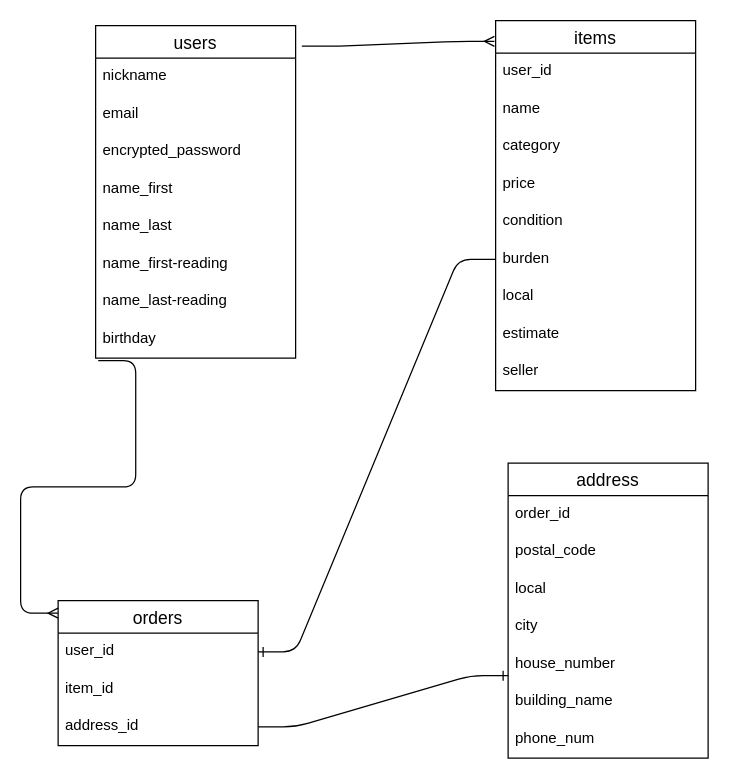
Above: readme.dio in befu12/furima-40409 (draw.io), before the change. Source tidied: cells renumbered, new cells numbered last; positions are measured from the earlier drawing's top-left corner, leaving out a move shared by most shapes. Both pictures are drawn from the tidied source at 125%, with x=0, y=0 at pixel (58, 20).
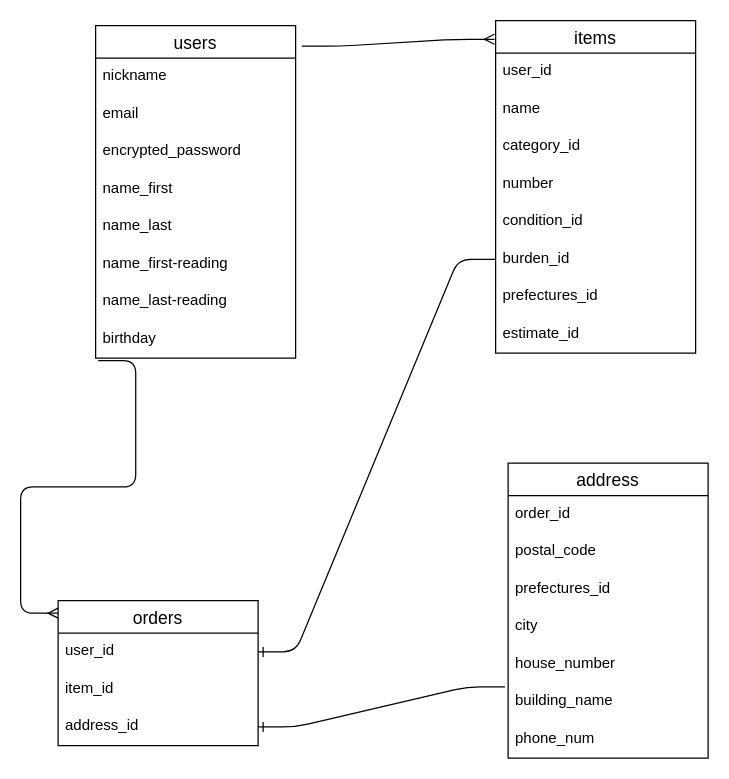
The same diagram, later.

Commit message (it also covers changes not shown here):
再度、アソシエーションやカラム名を修正

The change refers to these unchanged cells:
```xml
<mxCell id="24" value="address_id" style="text;strokeColor=none;fillColor=none;spacingLeft=4;spacingRight=4;overflow=hidden;points=[[0,0.5],[1,0.5]];portConstraint=eastwest;fontSize=12;verticalAlign=top;" parent="21" vertex="1">
  <mxGeometry y="86" width="160" height="30" as="geometry" />
</mxCell>
<mxCell id="25" value="address" style="swimlane;fontStyle=0;horizontal=1;startSize=26;align=center;fontSize=14;html=0;" parent="1" vertex="1">
  <mxGeometry x="360" y="354" width="160" height="236" as="geometry" />
</mxCell>
<mxCell id="31" value="building_name" style="text;strokeColor=none;fillColor=none;spacingLeft=4;spacingRight=4;overflow=hidden;points=[[0,0.5],[1,0.5]];portConstraint=eastwest;fontSize=12;html=0;" parent="25" vertex="1">
  <mxGeometry y="176" width="160" height="30" as="geometry" />
</mxCell>
```

Change to the diagram source:
```diff
@@
     <mxCell id="2" value="items" style="swimlane;fontStyle=0;horizontal=1;startSize=26;align=center;fontSize=14;" parent="1" vertex="1">
-      <mxGeometry x="350" width="160" height="296" as="geometry" />
+      <mxGeometry x="350" width="160" height="266" as="geometry" />
     </mxCell>
@@
-    <mxCell id="5" value="category" style="text;strokeColor=none;fillColor=none;spacingLeft=4;spacingRight=4;overflow=hidden;fontSize=12;" parent="2" vertex="1">
+    <mxCell id="5" value="category_id" style="text;strokeColor=none;fillColor=none;spacingLeft=4;spacingRight=4;overflow=hidden;fontSize=12;" parent="2" vertex="1">
       <mxGeometry y="86" width="160" height="30" as="geometry" />
     </mxCell>
-    <mxCell id="6" value="price" style="text;strokeColor=none;fillColor=none;spacingLeft=4;spacingRight=4;overflow=hidden;fontSize=12;html=0;" parent="2" vertex="1">
+    <mxCell id="6" value="number" style="text;strokeColor=none;fillColor=none;spacingLeft=4;spacingRight=4;overflow=hidden;fontSize=12;html=0;" parent="2" vertex="1">
       <mxGeometry y="116" width="160" height="30" as="geometry" />
     </mxCell>
-    <mxCell id="7" value="condition" style="text;strokeColor=none;fillColor=none;spacingLeft=4;spacingRight=4;overflow=hidden;fontSize=12;html=0;" parent="2" vertex="1">
+    <mxCell id="7" value="condition_id" style="text;strokeColor=none;fillColor=none;spacingLeft=4;spacingRight=4;overflow=hidden;fontSize=12;html=0;" parent="2" vertex="1">
       <mxGeometry y="146" width="160" height="30" as="geometry" />
     </mxCell>
-    <mxCell id="8" value="burden" style="text;strokeColor=none;fillColor=none;spacingLeft=4;spacingRight=4;overflow=hidden;points=[[0,0.5],[1,0.5]];portConstraint=eastwest;fontSize=12;html=0;" parent="2" vertex="1">
+    <mxCell id="8" value="burden_id" style="text;strokeColor=none;fillColor=none;spacingLeft=4;spacingRight=4;overflow=hidden;points=[[0,0.5],[1,0.5]];portConstraint=eastwest;fontSize=12;html=0;" parent="2" vertex="1">
       <mxGeometry y="176" width="160" height="30" as="geometry" />
     </mxCell>
-    <mxCell id="9" value="local" style="text;strokeColor=none;fillColor=none;spacingLeft=4;spacingRight=4;overflow=hidden;fontSize=12;html=0;" parent="2" vertex="1">
+    <mxCell id="9" value="prefectures_id" style="text;strokeColor=none;fillColor=none;spacingLeft=4;spacingRight=4;overflow=hidden;fontSize=12;html=0;" parent="2" vertex="1">
       <mxGeometry y="206" width="160" height="30" as="geometry" />
     </mxCell>
-    <mxCell id="10" value="estimate" style="text;strokeColor=none;fillColor=none;spacingLeft=4;spacingRight=4;overflow=hidden;fontSize=12;html=0;" parent="2" vertex="1">
+    <mxCell id="10" value="estimate_id" style="text;strokeColor=none;fillColor=none;spacingLeft=4;spacingRight=4;overflow=hidden;fontSize=12;html=0;" parent="2" vertex="1">
       <mxGeometry y="236" width="160" height="30" as="geometry" />
     </mxCell>
-    <mxCell id="11" value="seller" style="text;strokeColor=none;fillColor=none;spacingLeft=4;spacingRight=4;overflow=hidden;fontSize=12;html=0;" parent="2" vertex="1">
-      <mxGeometry y="266" width="160" height="30" as="geometry" />
-    </mxCell>
@@
-    <mxCell id="28" value="local" style="text;strokeColor=none;fillColor=none;spacingLeft=4;spacingRight=4;overflow=hidden;fontSize=12;html=0;" parent="25" vertex="1">
+    <mxCell id="28" value="prefectures_id" style="text;strokeColor=none;fillColor=none;spacingLeft=4;spacingRight=4;overflow=hidden;fontSize=12;html=0;" parent="25" vertex="1">
       <mxGeometry y="86" width="160" height="30" as="geometry" />
     </mxCell>
@@
-    <mxCell id="35" style="edgeStyle=entityRelationEdgeStyle;fontSize=12;html=1;endArrow=ERone;endFill=1;exitX=1;exitY=0.5;exitDx=0;exitDy=0;" parent="1" edge="1" source="24">
-      <mxGeometry relative="1" as="geometry">
-        <mxPoint x="360" y="524" as="targetPoint" />
-      </mxGeometry>
+    <mxCell id="35" style="edgeStyle=entityRelationEdgeStyle;fontSize=12;html=1;endArrow=ERone;endFill=1;exitX=-0.016;exitY=0.1;exitDx=0;exitDy=0;exitPerimeter=0;entryX=1;entryY=0.5;entryDx=0;entryDy=0;" parent="1" edge="1" source="31" target="24">
+      <mxGeometry relative="1" as="geometry" />
     </mxCell>
```
